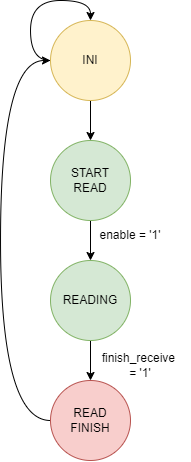
Above: adc-unidad-control.drawio.png in javijnb/LPRO_diagrams (draw.io), before the change. Source tidied: cells renumbered, new cells last; positions are measured from the earlier drawing's top-left corner, leaving out a move shared by most shapes.
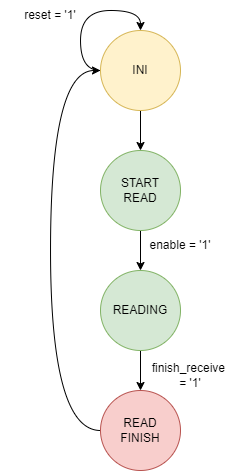
The same diagram one commit later.

Change to the diagram source:
```diff
@@ -46,5 +46,8 @@
     <mxCell id="12" value="finish_receive&amp;nbsp; &lt;br&gt;= '1'" style="text;html=1;strokeColor=none;fillColor=none;align=center;verticalAlign=middle;whiteSpace=wrap;rounded=0;" parent="1" vertex="1">
       <mxGeometry x="90" y="350" width="100" height="30" as="geometry" />
     </mxCell>
+    <mxCell id="13" value="reset = '1'" style="text;html=1;strokeColor=none;fillColor=none;align=center;verticalAlign=middle;whiteSpace=wrap;rounded=0;" parent="1" vertex="1">
+      <mxGeometry x="-50" y="-10" width="100" height="30" as="geometry" />
+    </mxCell>
   </root>
 </mxGraphModel>
```
